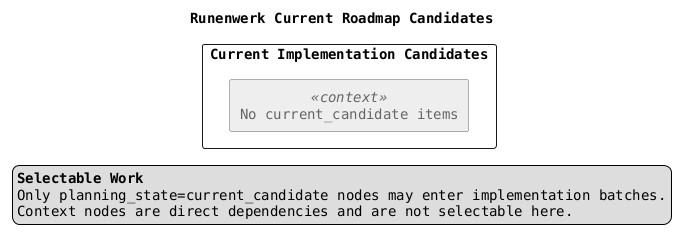
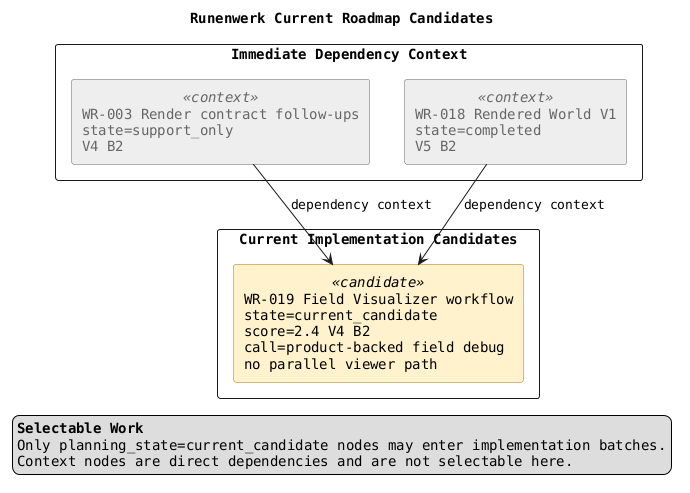
@startuml
title Runenwerk Current Roadmap Candidates

top to bottom direction
skinparam componentStyle rectangle
skinparam shadowing false
skinparam packageStyle rectangle
skinparam defaultFontName Monospaced

skinparam component {
  BackgroundColor<<candidate>> #FFF2CC
  BorderColor<<candidate>> #AA7700
  BackgroundColor<<context>> #EEEEEE
  BorderColor<<context>> #666666
  FontColor<<context>> #666666
}

legend right
  <b>Selectable Work</b>
  Only planning_state=current_candidate nodes may enter implementation batches.
  Context nodes are direct dependencies and are not selectable here.
endlegend

- package "Current Implementation Candidates" {
-   component "No current_candidate items" as NO_CANDIDATES <<context>>
+ package "Immediate Dependency Context" {
+   component "WR-003 Render contract follow-ups\nstate=support_only\nV4 B2" as RENDER <<context>>
+ 
+   component "WR-018 Rendered World V1\nstate=completed\nV5 B2" as RENDERWORLD <<context>>

}

+ package "Current Implementation Candidates" {
+   component "WR-019 Field Visualizer workflow\nstate=current_candidate\nscore=2.4 V4 B2\ncall=product-backed field debug\nno parallel viewer path" as FIELDVIS <<candidate>>
+ 
+ }
+ 
+ RENDERWORLD -down-> FIELDVIS : dependency context
+ RENDER -down-> FIELDVIS : dependency context

@enduml
